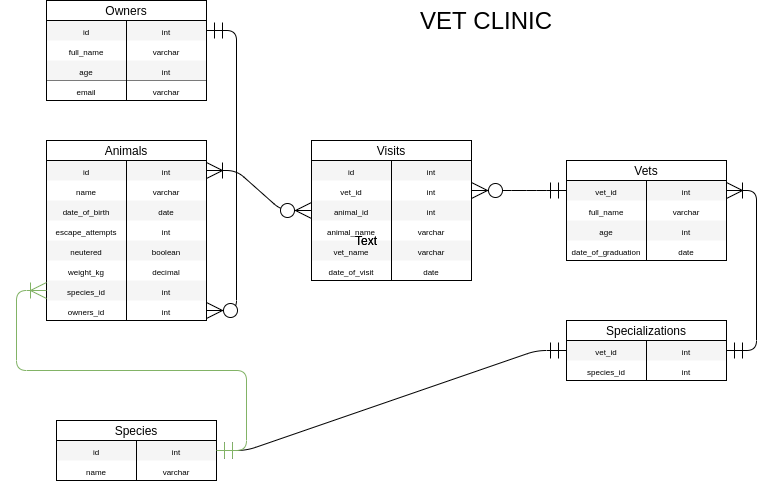
Metsanpeitto/db_m4_w1 keeps this draw.io diagram as screenshots/schema.png. Above is the earlier version. Source tidied: cells renumbered, new cells last; positions are measured from the earlier drawing's top-left corner, leaving out a move shared by most shapes.
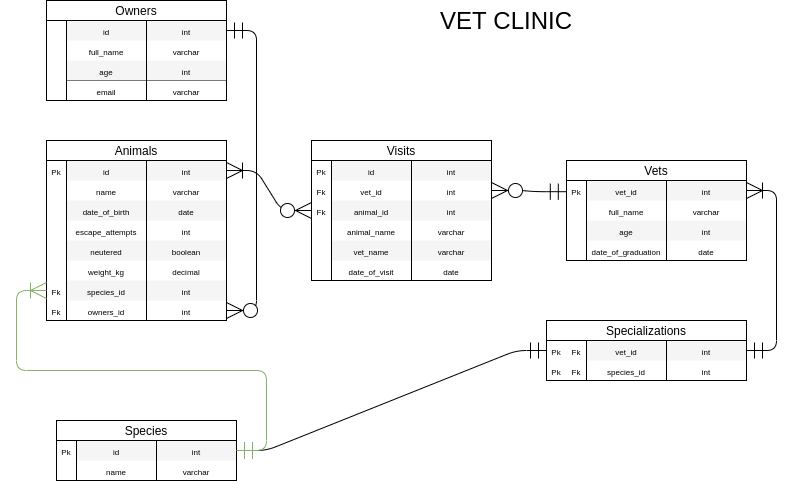
The same file after the commit.

Diff of the diagram source:
```diff
@@ -2,15 +2,21 @@
   <root>
     <mxCell id="0" />
     <mxCell id="1" parent="0" />
+    <mxCell id="107" style="rounded=0;whiteSpace=wrap;html=1;hachureGap=4;" parent="1" vertex="1">
+      <mxGeometry x="480" y="320" width="40" height="60" as="geometry" />
+    </mxCell>
+    <mxCell id="108" style="rounded=0;whiteSpace=wrap;html=1;hachureGap=4;" parent="1" vertex="1">
+      <mxGeometry x="500" y="160" width="20" height="100" as="geometry" />
+    </mxCell>
+    <mxCell id="109" style="rounded=0;whiteSpace=wrap;html=1;hachureGap=4;" parent="1" vertex="1">
+      <mxGeometry x="245" y="140" width="20" height="140" as="geometry" />
+    </mxCell>
+    <mxCell id="110" style="rounded=0;whiteSpace=wrap;html=1;hachureGap=4;" parent="1" vertex="1">
+      <mxGeometry x="-20" y="140" width="20" height="180" as="geometry" />
+    </mxCell>
     <mxCell id="2" style="rounded=0;whiteSpace=wrap;html=1;hachureGap=4;" parent="1" vertex="1">
       <mxGeometry y="150" width="160" height="170" as="geometry" />
     </mxCell>
-    <mxCell id="3" style="rounded=0;whiteSpace=wrap;html=1;hachureGap=4;" parent="1" vertex="1">
-      <mxGeometry y="140" width="160" height="20" as="geometry" />
-    </mxCell>
-    <mxCell id="4" value="Animals" style="text;html=1;strokeColor=none;fillColor=none;align=center;verticalAlign=middle;whiteSpace=wrap;rounded=0;hachureGap=4;" parent="1" vertex="1">
-      <mxGeometry y="140" width="160" height="20" as="geometry" />
-    </mxCell>
     <mxCell id="5" style="rounded=0;whiteSpace=wrap;html=1;hachureGap=4;fillColor=#f5f5f5;strokeColor=none;fontColor=#333333;" parent="1" vertex="1">
       <mxGeometry y="160" width="160" height="20" as="geometry" />
     </mxCell>
@@ -56,12 +62,6 @@
     <mxCell id="19" style="rounded=0;whiteSpace=wrap;html=1;hachureGap=4;" parent="1" vertex="1">
       <mxGeometry width="160" height="80" as="geometry" />
     </mxCell>
-    <mxCell id="20" style="rounded=0;whiteSpace=wrap;html=1;hachureGap=4;" parent="1" vertex="1">
-      <mxGeometry width="160" height="20" as="geometry" />
-    </mxCell>
-    <mxCell id="21" value="Owners" style="text;html=1;strokeColor=none;fillColor=none;align=center;verticalAlign=middle;whiteSpace=wrap;rounded=0;hachureGap=4;" parent="1" vertex="1">
-      <mxGeometry width="160" height="20" as="geometry" />
-    </mxCell>
     <mxCell id="22" style="rounded=0;whiteSpace=wrap;html=1;hachureGap=4;fillColor=#f5f5f5;strokeColor=none;fontColor=#333333;" parent="1" vertex="1">
       <mxGeometry y="20" width="160" height="20" as="geometry" />
     </mxCell>
@@ -95,12 +95,6 @@
     <mxCell id="32" style="rounded=0;whiteSpace=wrap;html=1;hachureGap=4;" parent="1" vertex="1">
       <mxGeometry x="10" y="420" width="160" height="60" as="geometry" />
     </mxCell>
-    <mxCell id="33" style="rounded=0;whiteSpace=wrap;html=1;hachureGap=4;" parent="1" vertex="1">
-      <mxGeometry x="10" y="420" width="160" height="20" as="geometry" />
-    </mxCell>
-    <mxCell id="34" value="Species" style="text;html=1;strokeColor=none;fillColor=none;align=center;verticalAlign=middle;whiteSpace=wrap;rounded=0;hachureGap=4;" parent="1" vertex="1">
-      <mxGeometry x="10" y="420" width="160" height="20" as="geometry" />
-    </mxCell>
     <mxCell id="35" style="rounded=0;whiteSpace=wrap;html=1;hachureGap=4;fillColor=#f5f5f5;strokeColor=none;fontColor=#333333;" parent="1" vertex="1">
       <mxGeometry x="10" y="440" width="160" height="20" as="geometry" />
     </mxCell>
@@ -126,10 +120,10 @@
       <mxGeometry x="520" y="160" width="160" height="100" as="geometry" />
     </mxCell>
     <mxCell id="43" style="rounded=0;whiteSpace=wrap;html=1;hachureGap=4;" parent="1" vertex="1">
-      <mxGeometry x="520" y="160" width="160" height="20" as="geometry" />
+      <mxGeometry x="500" y="160" width="180" height="20" as="geometry" />
     </mxCell>
     <mxCell id="44" value="Vets" style="text;html=1;strokeColor=none;fillColor=none;align=center;verticalAlign=middle;whiteSpace=wrap;rounded=0;hachureGap=4;" parent="1" vertex="1">
-      <mxGeometry x="520" y="160" width="160" height="20" as="geometry" />
+      <mxGeometry x="500" y="160" width="180" height="20" as="geometry" />
     </mxCell>
     <mxCell id="45" style="rounded=0;whiteSpace=wrap;html=1;hachureGap=4;fillColor=#f5f5f5;strokeColor=none;fontColor=#333333;" parent="1" vertex="1">
       <mxGeometry x="520" y="180" width="160" height="20" as="geometry" />
@@ -170,12 +164,6 @@
     <mxCell id="57" style="rounded=0;whiteSpace=wrap;html=1;hachureGap=4;" parent="1" vertex="1">
       <mxGeometry x="520" y="320" width="160" height="60" as="geometry" />
     </mxCell>
-    <mxCell id="58" style="rounded=0;whiteSpace=wrap;html=1;hachureGap=4;" parent="1" vertex="1">
-      <mxGeometry x="520" y="320" width="160" height="20" as="geometry" />
-    </mxCell>
-    <mxCell id="59" value="Specializations" style="text;html=1;strokeColor=none;fillColor=none;align=center;verticalAlign=middle;whiteSpace=wrap;rounded=0;hachureGap=4;" parent="1" vertex="1">
-      <mxGeometry x="520" y="320" width="160" height="20" as="geometry" />
-    </mxCell>
     <mxCell id="60" style="rounded=0;whiteSpace=wrap;html=1;hachureGap=4;fillColor=#f5f5f5;strokeColor=none;fontColor=#333333;" parent="1" vertex="1">
       <mxGeometry x="520" y="340" width="160" height="20" as="geometry" />
     </mxCell>
@@ -203,12 +191,6 @@
     <mxCell id="68" style="rounded=0;whiteSpace=wrap;html=1;hachureGap=4;" parent="67" vertex="1">
       <mxGeometry width="160" height="140" as="geometry" />
     </mxCell>
-    <mxCell id="69" style="rounded=0;whiteSpace=wrap;html=1;hachureGap=4;" parent="67" vertex="1">
-      <mxGeometry width="160" height="20" as="geometry" />
-    </mxCell>
-    <mxCell id="70" value="Visits" style="text;html=1;strokeColor=none;fillColor=none;align=center;verticalAlign=middle;whiteSpace=wrap;rounded=0;hachureGap=4;" parent="67" vertex="1">
-      <mxGeometry width="160" height="20" as="geometry" />
-    </mxCell>
     <mxCell id="71" style="rounded=0;whiteSpace=wrap;html=1;hachureGap=4;fillColor=#f5f5f5;strokeColor=none;fontColor=#333333;" parent="67" vertex="1">
       <mxGeometry y="20" width="160" height="20" as="geometry" />
     </mxCell>
@@ -260,6 +242,15 @@
     <mxCell id="87" value="&lt;span style=&quot;font-size: 8px&quot;&gt;date&lt;/span&gt;" style="text;html=1;strokeColor=none;fillColor=none;align=center;verticalAlign=middle;whiteSpace=wrap;rounded=0;hachureGap=4;" parent="67" vertex="1">
       <mxGeometry x="80" y="120" width="80" height="20" as="geometry" />
     </mxCell>
+    <mxCell id="69" style="rounded=0;whiteSpace=wrap;html=1;hachureGap=4;" parent="67" vertex="1">
+      <mxGeometry x="-20" width="180" height="20" as="geometry" />
+    </mxCell>
+    <mxCell id="70" value="Visits" style="text;html=1;strokeColor=none;fillColor=none;align=center;verticalAlign=middle;whiteSpace=wrap;rounded=0;hachureGap=4;" parent="67" vertex="1">
+      <mxGeometry x="-20" width="180" height="20" as="geometry" />
+    </mxCell>
+    <mxCell id="111" value="&lt;span style=&quot;font-size: 8px&quot;&gt;Fk&lt;/span&gt;" style="text;html=1;strokeColor=none;fillColor=none;align=center;verticalAlign=middle;whiteSpace=wrap;rounded=0;hachureGap=4;" parent="67" vertex="1">
+      <mxGeometry x="-20" y="40" width="20" height="20" as="geometry" />
+    </mxCell>
     <mxCell id="88" style="rounded=0;whiteSpace=wrap;html=1;hachureGap=4;fillColor=#f5f5f5;strokeColor=none;fontColor=#333333;" parent="1" vertex="1">
       <mxGeometry y="280" width="160" height="20" as="geometry" />
     </mxCell>
@@ -284,10 +275,10 @@
     <mxCell id="95" value="&lt;span style=&quot;font-size: 8px&quot;&gt;int&lt;/span&gt;" style="text;html=1;strokeColor=none;fillColor=none;align=center;verticalAlign=middle;whiteSpace=wrap;rounded=0;hachureGap=4;" parent="1" vertex="1">
       <mxGeometry x="80" y="300" width="80" height="20" as="geometry" />
     </mxCell>
-    <mxCell id="96" style="edgeStyle=entityRelationEdgeStyle;fontSize=12;html=1;endArrow=ERoneToMany;startArrow=ERzeroToMany;startSize=14;endSize=14;sourcePerimeterSpacing=8;targetPerimeterSpacing=8;entryX=1;entryY=0.5;entryDx=0;entryDy=0;exitX=0;exitY=0.5;exitDx=0;exitDy=0;" parent="1" edge="1" source="78" target="5">
+    <mxCell id="96" style="edgeStyle=entityRelationEdgeStyle;fontSize=12;html=1;endArrow=ERoneToMany;startArrow=ERzeroToMany;startSize=14;endSize=14;sourcePerimeterSpacing=8;targetPerimeterSpacing=8;entryX=1;entryY=0.5;entryDx=0;entryDy=0;exitX=0;exitY=0.5;exitDx=0;exitDy=0;" parent="1" edge="1" source="109" target="5">
       <mxGeometry relative="1" as="geometry" />
     </mxCell>
-    <mxCell id="97" style="edgeStyle=entityRelationEdgeStyle;fontSize=12;html=1;endArrow=ERmandOne;startArrow=ERmandOne;startSize=14;endSize=14;sourcePerimeterSpacing=8;targetPerimeterSpacing=8;entryX=0;entryY=0.5;entryDx=0;entryDy=0;" parent="1" edge="1" target="63">
+    <mxCell id="97" style="edgeStyle=entityRelationEdgeStyle;fontSize=12;html=1;endArrow=ERmandOne;startArrow=ERmandOne;startSize=14;endSize=14;sourcePerimeterSpacing=8;targetPerimeterSpacing=8;entryX=0;entryY=0.5;entryDx=0;entryDy=0;" parent="1" edge="1" target="107">
       <mxGeometry relative="1" as="geometry">
         <mxPoint x="170" y="450" as="sourcePoint" />
       </mxGeometry>
@@ -304,23 +295,79 @@
     <mxCell id="101" style="edgeStyle=entityRelationEdgeStyle;fontSize=12;html=1;endArrow=ERzeroToMany;startArrow=ERmandOne;startSize=14;endSize=14;sourcePerimeterSpacing=8;targetPerimeterSpacing=8;exitX=1;exitY=0.5;exitDx=0;exitDy=0;entryX=1;entryY=0.5;entryDx=0;entryDy=0;" parent="1" edge="1" source="29" target="95">
       <mxGeometry relative="1" as="geometry" />
     </mxCell>
-    <mxCell id="102" style="edgeStyle=entityRelationEdgeStyle;fontSize=12;html=1;endArrow=ERzeroToMany;startArrow=ERmandOne;startSize=14;endSize=14;sourcePerimeterSpacing=8;targetPerimeterSpacing=8;exitX=0;exitY=0.5;exitDx=0;exitDy=0;entryX=1;entryY=0.5;entryDx=0;entryDy=0;" parent="1" edge="1" source="49" target="83">
+    <mxCell id="102" style="edgeStyle=entityRelationEdgeStyle;fontSize=12;html=1;endArrow=ERzeroToMany;startArrow=ERmandOne;startSize=14;endSize=14;sourcePerimeterSpacing=8;targetPerimeterSpacing=8;entryX=1;entryY=0.5;entryDx=0;entryDy=0;exitX=-0.01;exitY=0.312;exitDx=0;exitDy=0;exitPerimeter=0;" parent="1" edge="1" source="108" target="83">
       <mxGeometry relative="1" as="geometry" />
     </mxCell>
-    <mxCell id="103" style="edgeStyle=entityRelationEdgeStyle;fontSize=12;html=1;endArrow=ERoneToMany;startArrow=ERmandOne;startSize=14;endSize=14;sourcePerimeterSpacing=8;targetPerimeterSpacing=8;fillColor=#d5e8d4;strokeColor=#82b366;" parent="1" edge="1">
+    <mxCell id="103" style="edgeStyle=entityRelationEdgeStyle;fontSize=12;html=1;endArrow=ERoneToMany;startArrow=ERmandOne;startSize=14;endSize=14;sourcePerimeterSpacing=8;targetPerimeterSpacing=8;fillColor=#d5e8d4;strokeColor=#82b366;exitX=1;exitY=0.5;exitDx=0;exitDy=0;" parent="1" edge="1" source="35">
       <mxGeometry relative="1" as="geometry">
-        <mxPoint x="170" y="450" as="sourcePoint" />
-        <mxPoint y="290" as="targetPoint" />
+        <mxPoint x="-20" y="290" as="targetPoint" />
       </mxGeometry>
     </mxCell>
-    <mxCell id="104" value="Text" style="text;html=1;strokeColor=none;fillColor=none;align=center;verticalAlign=middle;whiteSpace=wrap;rounded=0;hachureGap=4;" parent="1" vertex="1">
-      <mxGeometry x="300" y="230" width="40" height="20" as="geometry" />
-    </mxCell>
-    <mxCell id="105" value="Text" style="text;html=1;strokeColor=none;fillColor=none;align=center;verticalAlign=middle;whiteSpace=wrap;rounded=0;hachureGap=4;" parent="1" vertex="1">
-      <mxGeometry x="300" y="230" width="40" height="20" as="geometry" />
-    </mxCell>
     <mxCell id="106" value="&lt;font style=&quot;font-size: 24px&quot;&gt;VET CLINIC&lt;/font&gt;" style="text;html=1;strokeColor=none;fillColor=none;align=center;verticalAlign=middle;whiteSpace=wrap;rounded=0;hachureGap=4;" parent="1" vertex="1">
       <mxGeometry x="280" width="320" height="40" as="geometry" />
     </mxCell>
+    <mxCell id="20" style="rounded=0;whiteSpace=wrap;html=1;hachureGap=4;" parent="1" vertex="1">
+      <mxGeometry x="-20" width="180" height="20" as="geometry" />
+    </mxCell>
+    <mxCell id="21" value="Owners" style="text;html=1;strokeColor=none;fillColor=none;align=center;verticalAlign=middle;whiteSpace=wrap;rounded=0;hachureGap=4;" parent="1" vertex="1">
+      <mxGeometry x="-20" width="180" height="20" as="geometry" />
+    </mxCell>
+    <mxCell id="112" style="rounded=0;whiteSpace=wrap;html=1;hachureGap=4;" parent="1" vertex="1">
+      <mxGeometry x="-20" y="20" width="20" height="80" as="geometry" />
+    </mxCell>
+    <mxCell id="113" style="rounded=0;whiteSpace=wrap;html=1;hachureGap=4;" parent="1" vertex="1">
+      <mxGeometry x="-10" y="420" width="20" height="60" as="geometry" />
+    </mxCell>
+    <mxCell id="33" style="rounded=0;whiteSpace=wrap;html=1;hachureGap=4;" parent="1" vertex="1">
+      <mxGeometry x="-10" y="420" width="180" height="20" as="geometry" />
+    </mxCell>
+    <mxCell id="34" value="Species" style="text;html=1;strokeColor=none;fillColor=none;align=center;verticalAlign=middle;whiteSpace=wrap;rounded=0;hachureGap=4;" parent="1" vertex="1">
+      <mxGeometry x="-10" y="420" width="180" height="20" as="geometry" />
+    </mxCell>
+    <mxCell id="3" style="rounded=0;whiteSpace=wrap;html=1;hachureGap=4;" parent="1" vertex="1">
+      <mxGeometry x="-20" y="140" width="180" height="20" as="geometry" />
+    </mxCell>
+    <mxCell id="4" value="Animals" style="text;html=1;strokeColor=none;fillColor=none;align=center;verticalAlign=middle;whiteSpace=wrap;rounded=0;hachureGap=4;" parent="1" vertex="1">
+      <mxGeometry x="-20" y="140" width="180" height="20" as="geometry" />
+    </mxCell>
+    <mxCell id="58" style="rounded=0;whiteSpace=wrap;html=1;hachureGap=4;" parent="1" vertex="1">
+      <mxGeometry x="480" y="320" width="200" height="20" as="geometry" />
+    </mxCell>
+    <mxCell id="59" value="Specializations" style="text;html=1;strokeColor=none;fillColor=none;align=center;verticalAlign=middle;whiteSpace=wrap;rounded=0;hachureGap=4;" parent="1" vertex="1">
+      <mxGeometry x="480" y="320" width="200" height="20" as="geometry" />
+    </mxCell>
+    <mxCell id="114" value="&lt;span style=&quot;font-size: 8px&quot;&gt;Fk&lt;/span&gt;" style="text;html=1;strokeColor=none;fillColor=none;align=center;verticalAlign=middle;whiteSpace=wrap;rounded=0;hachureGap=4;" parent="1" vertex="1">
+      <mxGeometry x="245" y="200" width="20" height="20" as="geometry" />
+    </mxCell>
+    <mxCell id="115" value="&lt;span style=&quot;font-size: 8px&quot;&gt;Pk&lt;/span&gt;" style="text;html=1;strokeColor=none;fillColor=none;align=center;verticalAlign=middle;whiteSpace=wrap;rounded=0;hachureGap=4;" parent="1" vertex="1">
+      <mxGeometry x="245" y="160" width="20" height="20" as="geometry" />
+    </mxCell>
+    <mxCell id="116" value="&lt;span style=&quot;font-size: 8px&quot;&gt;Pk&lt;/span&gt;" style="text;html=1;strokeColor=none;fillColor=none;align=center;verticalAlign=middle;whiteSpace=wrap;rounded=0;hachureGap=4;" parent="1" vertex="1">
+      <mxGeometry x="-20" y="160" width="20" height="20" as="geometry" />
+    </mxCell>
+    <mxCell id="117" value="&lt;span style=&quot;font-size: 8px&quot;&gt;Fk&lt;/span&gt;" style="text;html=1;strokeColor=none;fillColor=none;align=center;verticalAlign=middle;whiteSpace=wrap;rounded=0;hachureGap=4;" parent="1" vertex="1">
+      <mxGeometry x="-20" y="300" width="20" height="20" as="geometry" />
+    </mxCell>
+    <mxCell id="118" value="&lt;span style=&quot;font-size: 8px&quot;&gt;Fk&lt;/span&gt;" style="text;html=1;strokeColor=none;fillColor=none;align=center;verticalAlign=middle;whiteSpace=wrap;rounded=0;hachureGap=4;" parent="1" vertex="1">
+      <mxGeometry x="-20" y="280" width="20" height="20" as="geometry" />
+    </mxCell>
+    <mxCell id="119" value="&lt;span style=&quot;font-size: 8px&quot;&gt;Pk&lt;/span&gt;" style="text;html=1;strokeColor=none;fillColor=none;align=center;verticalAlign=middle;whiteSpace=wrap;rounded=0;hachureGap=4;" parent="1" vertex="1">
+      <mxGeometry x="-10" y="440" width="20" height="20" as="geometry" />
+    </mxCell>
+    <mxCell id="120" value="&lt;span style=&quot;font-size: 8px&quot;&gt;Pk&lt;/span&gt;" style="text;html=1;strokeColor=none;fillColor=none;align=center;verticalAlign=middle;whiteSpace=wrap;rounded=0;hachureGap=4;" parent="1" vertex="1">
+      <mxGeometry x="480" y="340" width="20" height="20" as="geometry" />
+    </mxCell>
+    <mxCell id="121" value="&lt;span style=&quot;font-size: 8px&quot;&gt;Pk&lt;/span&gt;" style="text;html=1;strokeColor=none;fillColor=none;align=center;verticalAlign=middle;whiteSpace=wrap;rounded=0;hachureGap=4;" parent="1" vertex="1">
+      <mxGeometry x="480" y="360" width="20" height="20" as="geometry" />
+    </mxCell>
+    <mxCell id="122" value="&lt;span style=&quot;font-size: 8px&quot;&gt;Fk&lt;/span&gt;" style="text;html=1;strokeColor=none;fillColor=none;align=center;verticalAlign=middle;whiteSpace=wrap;rounded=0;hachureGap=4;" parent="1" vertex="1">
+      <mxGeometry x="500" y="340" width="20" height="20" as="geometry" />
+    </mxCell>
+    <mxCell id="123" value="&lt;span style=&quot;font-size: 8px&quot;&gt;Fk&lt;/span&gt;" style="text;html=1;strokeColor=none;fillColor=none;align=center;verticalAlign=middle;whiteSpace=wrap;rounded=0;hachureGap=4;" parent="1" vertex="1">
+      <mxGeometry x="500" y="360" width="20" height="20" as="geometry" />
+    </mxCell>
+    <mxCell id="124" value="&lt;span style=&quot;font-size: 8px&quot;&gt;Pk&lt;/span&gt;" style="text;html=1;strokeColor=none;fillColor=none;align=center;verticalAlign=middle;whiteSpace=wrap;rounded=0;hachureGap=4;" parent="1" vertex="1">
+      <mxGeometry x="500" y="180" width="20" height="20" as="geometry" />
+    </mxCell>
   </root>
 </mxGraphModel>
```
